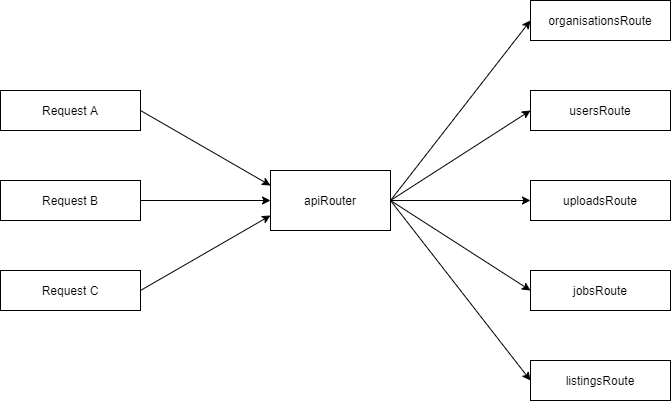
Before: public/dev-docs/images/RouterDiagram.png, a diagram exported from draw.io (Project-Kampong/kampong-backend). Source tidied: cells renumbered, new cells last; positions are measured from the earlier drawing's top-left corner, leaving out a move shared by most shapes.
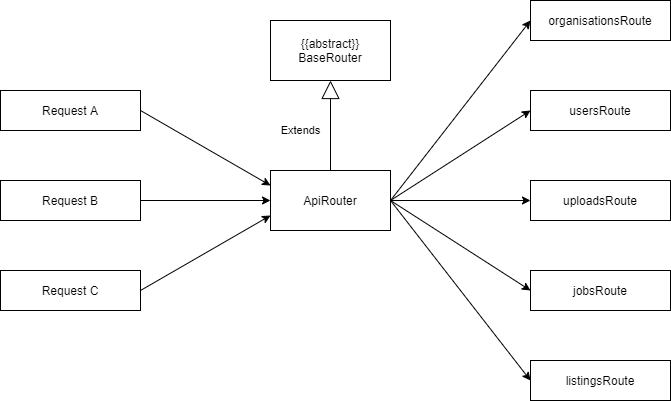
Above is the later version.

Change to the diagram source:
```diff
@@ -23,7 +23,7 @@
     <mxCell id="8" style="endArrow=classic;html=1;exitX=1;exitY=0.5;exitDx=0;exitDy=0;entryX=0;entryY=0.75;entryDx=0;entryDy=0;" parent="1" edge="1" source="6" target="2">
       <mxGeometry relative="1" as="geometry" />
     </mxCell>
-    <mxCell id="9" value="apiRouter" style="text;html=1;strokeColor=none;fillColor=none;align=center;verticalAlign=middle;whiteSpace=wrap;rounded=0;" parent="1" vertex="1">
+    <mxCell id="9" value="ApiRouter" style="text;html=1;strokeColor=none;fillColor=none;align=center;verticalAlign=middle;whiteSpace=wrap;rounded=0;" parent="1" vertex="1">
       <mxGeometry x="295" y="190" width="70" height="20" as="geometry" />
     </mxCell>
     <mxCell id="10" value="Request A" style="text;html=1;strokeColor=none;fillColor=none;align=center;verticalAlign=middle;whiteSpace=wrap;rounded=0;" parent="1" vertex="1">
@@ -80,5 +80,14 @@
     <mxCell id="27" value="listingsRoute" style="text;html=1;strokeColor=none;fillColor=none;align=center;verticalAlign=middle;whiteSpace=wrap;rounded=0;" parent="1" vertex="1">
       <mxGeometry x="530" y="365" width="140" height="30" as="geometry" />
     </mxCell>
+    <mxCell id="28" style="rounded=0;whiteSpace=wrap;html=1;" parent="1" vertex="1">
+      <mxGeometry x="270" y="20" width="120" height="60" as="geometry" />
+    </mxCell>
+    <mxCell id="29" value="{{abstract}}&lt;br&gt;BaseRouter" style="text;html=1;strokeColor=none;fillColor=none;align=center;verticalAlign=middle;whiteSpace=wrap;rounded=0;" parent="1" vertex="1">
+      <mxGeometry x="295" y="25" width="70" height="50" as="geometry" />
+    </mxCell>
+    <mxCell id="30" value="Extends" style="endArrow=block;endSize=16;endFill=0;html=1;exitX=0.5;exitY=0;exitDx=0;exitDy=0;entryX=0.5;entryY=1;entryDx=0;entryDy=0;" parent="1" edge="1" source="2" target="28">
+      <mxGeometry x="-0.11" y="30" relative="1" as="geometry" />
+    </mxCell>
   </root>
 </mxGraphModel>
```
